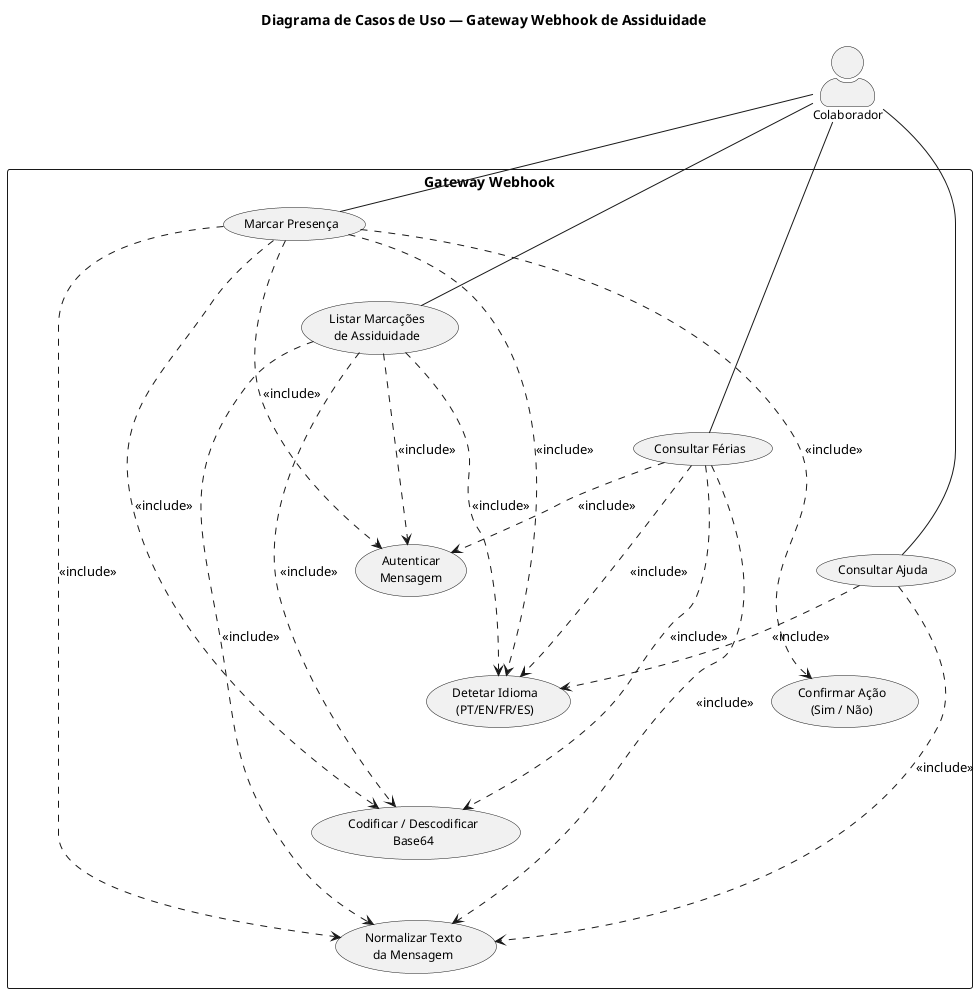
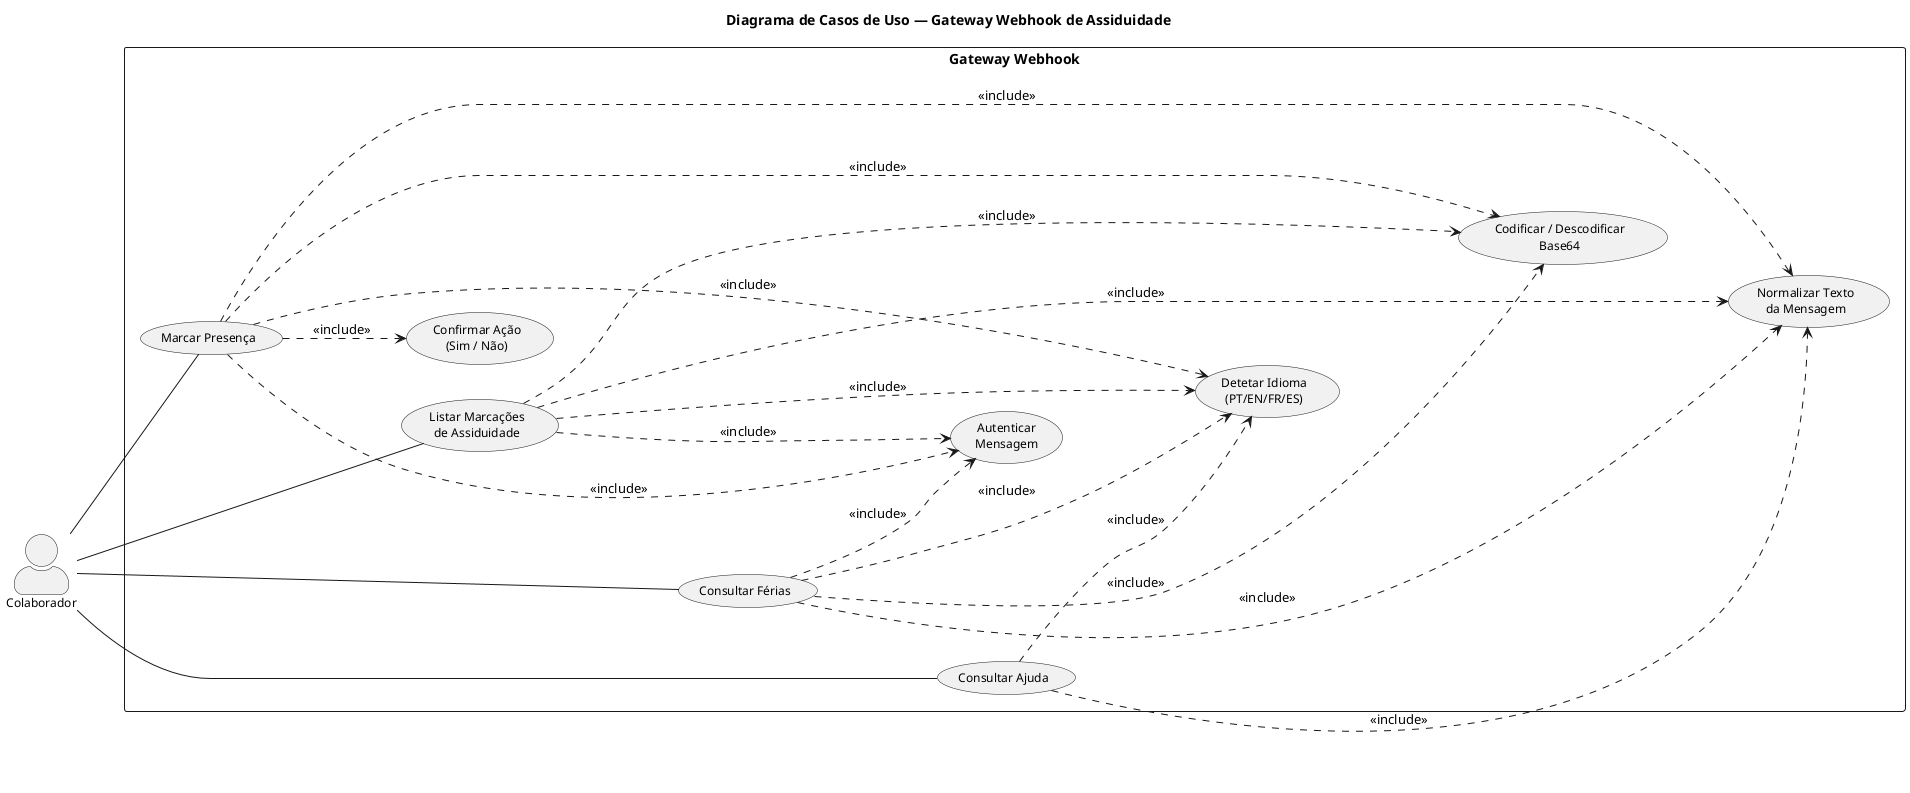
@startuml caso_de_uso
skinparam backgroundColor #FFFFFF
skinparam shadowing false
skinparam defaultFontName "Segoe UI"
skinparam actorStyle awesome
skinparam packageStyle rectangle
skinparam usecaseFontSize 12
skinparam actorFontSize 12
- top to bottom direction
+ left to right direction

title Diagrama de Casos de Uso — Gateway Webhook de Assiduidade

- ' ─── Atores ───────────────────────────────────────────────
+ ' ─── Ator ─────────────────────────────────────────────────
actor "Colaborador" as user

' ─── Sistema ──────────────────────────────────────────────
rectangle "Gateway Webhook" {

-     ' ─── Coluna esquerda: Casos de uso principais ──────────
+     ' ─── Casos de uso principais (centro) ─────────────────
    usecase "Marcar Presença" as UC1
    usecase "Listar Marcações\nde Assiduidade" as UC2
    usecase "Consultar Férias" as UC9
    usecase "Consultar Ajuda" as UC3
+ 
+     ' ─── Processos partilhados (direita) ───────────────────
    usecase "Confirmar Ação\n(Sim / Não)" as UC4
- 
-     ' ─── Coluna direita: Processos partilhados ─────────────
    usecase "Autenticar\nMensagem" as UC5
    usecase "Detetar Idioma\n(PT/EN/FR/ES)" as UC6
    usecase "Codificar / Descodificar\nBase64" as UC7
    usecase "Normalizar Texto\nda Mensagem" as UC8

-     ' ─── Posicionamento relativo (2 colunas) ───────────────
+     ' ─── Separação visual entre colunas ────────────────────
    UC1 -[hidden]down- UC2
    UC2 -[hidden]down- UC9
    UC9 -[hidden]down- UC3
-     UC3 -[hidden]down- UC4

+     UC4 -[hidden]down- UC5
    UC5 -[hidden]down- UC6
    UC6 -[hidden]down- UC7
    UC7 -[hidden]down- UC8

-     UC1 -[hidden]right- UC5
+     UC1 -[hidden]right- UC4

    ' ─── Relações include ──────────────────────────────────
    UC1 ..> UC4 : <<include>>
    UC1 ..> UC5 : <<include>>
+     UC1 ..> UC6 : <<include>>
    UC1 ..> UC7 : <<include>>
-     UC1 ..> UC6 : <<include>>
    UC1 ..> UC8 : <<include>>

    UC2 ..> UC5 : <<include>>
+     UC2 ..> UC6 : <<include>>
    UC2 ..> UC7 : <<include>>
-     UC2 ..> UC6 : <<include>>
    UC2 ..> UC8 : <<include>>

    UC9 ..> UC5 : <<include>>
+     UC9 ..> UC6 : <<include>>
    UC9 ..> UC7 : <<include>>
-     UC9 ..> UC6 : <<include>>
    UC9 ..> UC8 : <<include>>

    UC3 ..> UC6 : <<include>>
    UC3 ..> UC8 : <<include>>
}

- ' ─── Ligações Ator → Caso de Uso ─────────────────────────
+ ' ─── Ligações Ator → Casos de Uso ────────────────────────
user -- UC1
user -- UC2
user -- UC9
user -- UC3

@enduml
